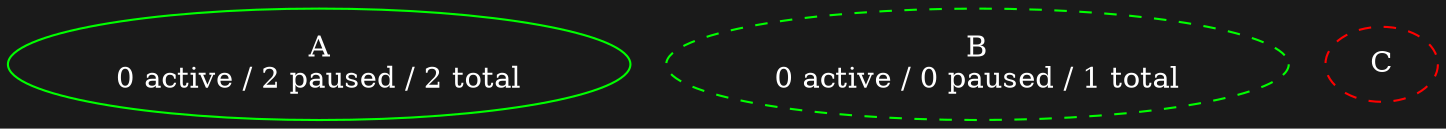
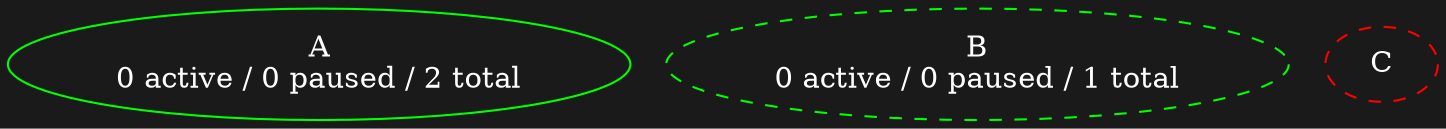
digraph G {
	bgcolor=grey10;
	node [color=white, fontcolor=white];
	edge [color=white, fontcolor=white, fontsize=9, labelangle=180, labeldistance=0.8];

- 	"A" [label="A\n0 active / 2 paused / 2 total"] [style=solid, color=green];
+ 	"A" [label="A\n0 active / 0 paused / 2 total"] [style=solid, color=green];

	"B" [label="B\n0 active / 0 paused / 1 total"] [style=dashed, color=green];

	"C" [label="C"] [style=dashed, color=red];
}
